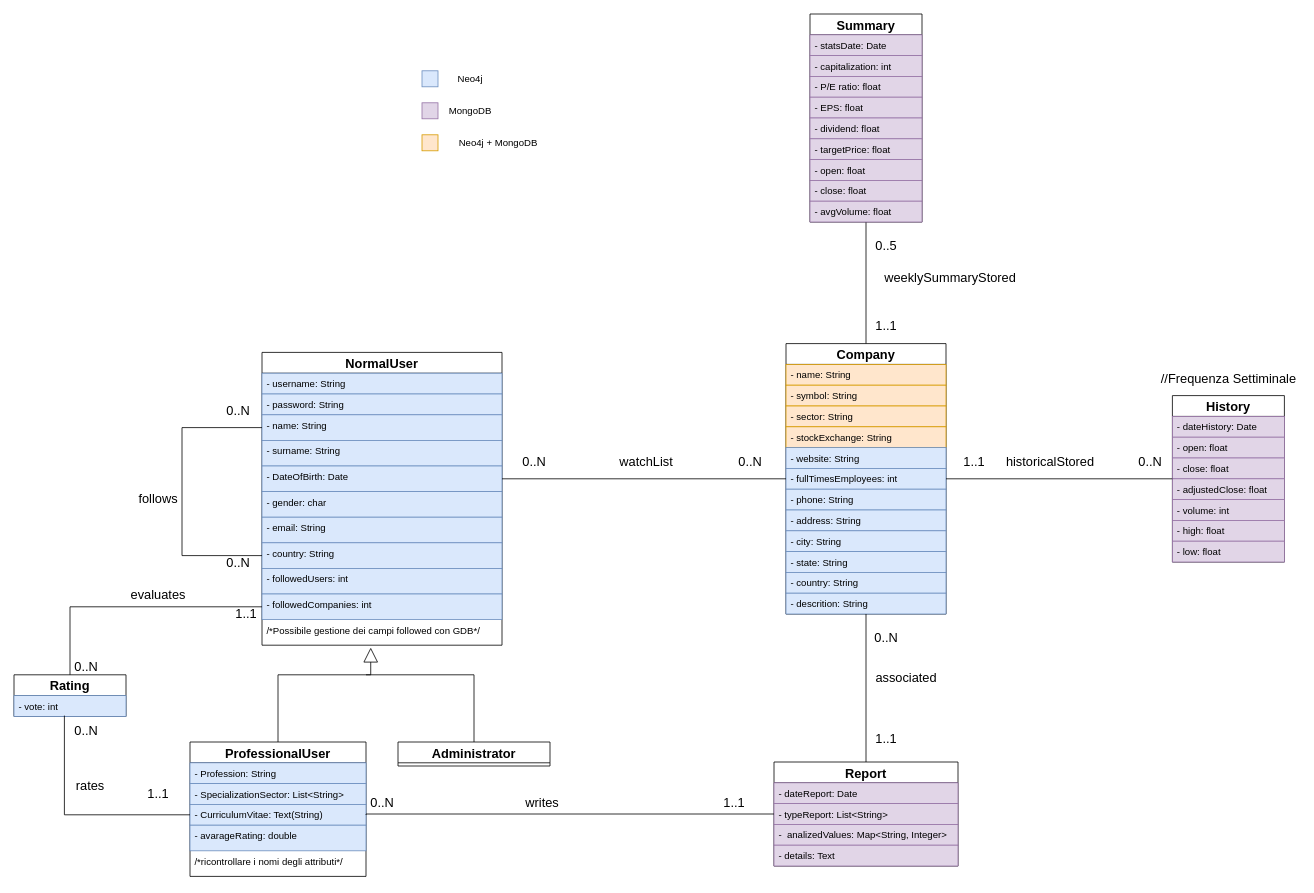
Above: page "Page-2" (2 of 2) of Diagrammi/ClassesDiagram.drawio in Matteo-Castrignano/CompaniesDiscoveryApplications (draw.io), before the change. Source tidied: cells renumbered, new cells numbered last; positions are measured from the earlier drawing's top-left corner, leaving out a move shared by most shapes. Both pictures are drawn from the tidied source at 80%, with x=0, y=0 at pixel (14, 14).
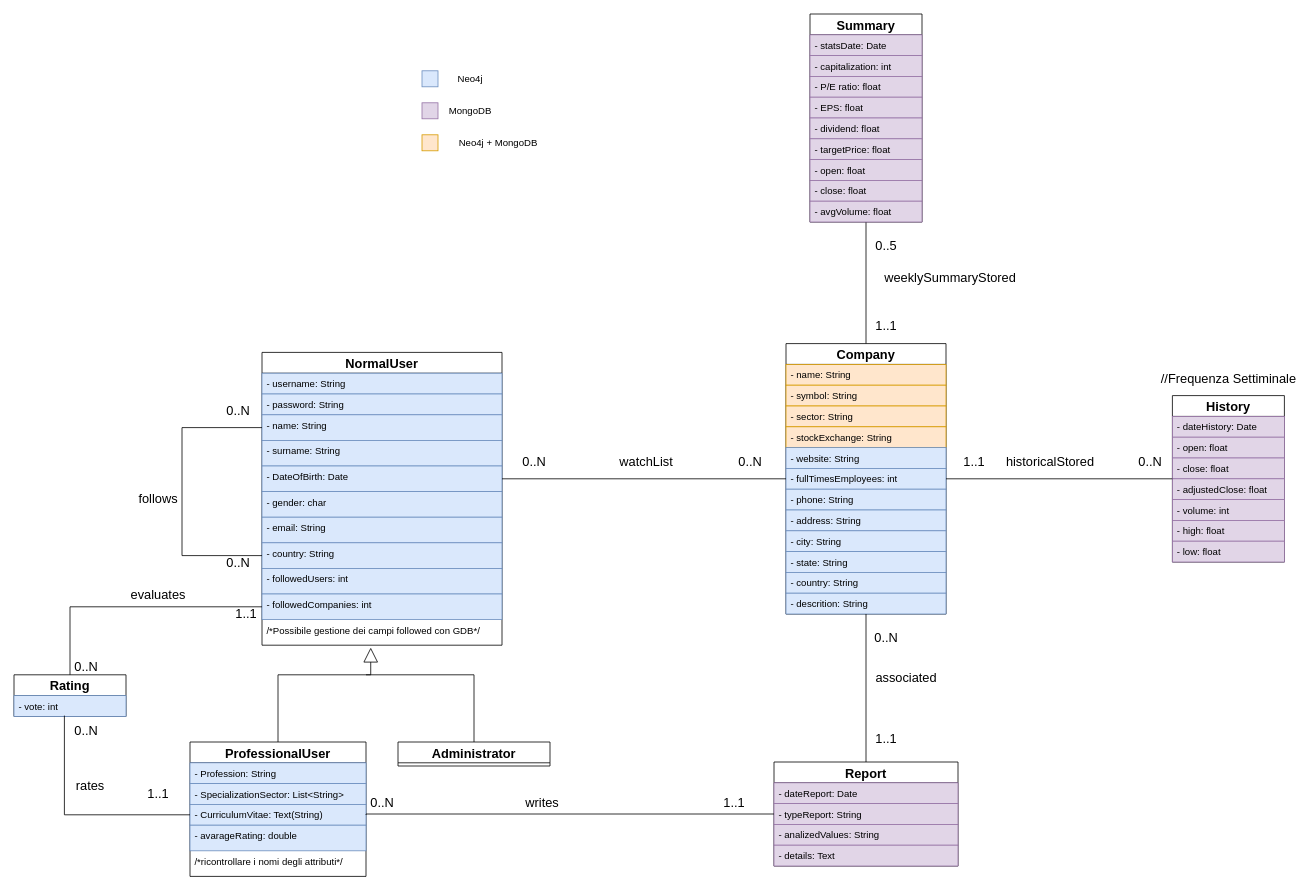
The same diagram, later.

The change refers to these unchanged cells:
```xml
<mxCell id="79" value="Report" style="swimlane;fontStyle=1;horizontal=1;startSize=26;fillColor=none;fontSize=16;" parent="1" vertex="1">
  <mxGeometry x="950" y="935" width="230" height="130" as="geometry" />
</mxCell>
```

Change to the diagram source:
```diff
@@
-    <mxCell id="81" value="- typeReport: List&lt;String&gt;" style="text;strokeColor=#9673a6;fillColor=#e1d5e7;align=left;verticalAlign=top;spacingLeft=4;spacingRight=4;overflow=hidden;points=[[0,0.5],[1,0.5]];portConstraint=eastwest;" parent="79" vertex="1">
+    <mxCell id="81" value="- typeReport: String" style="text;strokeColor=#9673a6;fillColor=#e1d5e7;align=left;verticalAlign=top;spacingLeft=4;spacingRight=4;overflow=hidden;points=[[0,0.5],[1,0.5]];portConstraint=eastwest;" parent="79" vertex="1">
       <mxGeometry y="52" width="230" height="26" as="geometry" />
     </mxCell>
-    <mxCell id="82" value="-  analizedValues: Map&lt;String, Integer&gt;" style="text;strokeColor=#9673a6;fillColor=#e1d5e7;align=left;verticalAlign=top;spacingLeft=4;spacingRight=4;overflow=hidden;" parent="79" vertex="1">
+    <mxCell id="82" value="- analizedValues: String" style="text;strokeColor=#9673a6;fillColor=#e1d5e7;align=left;verticalAlign=top;spacingLeft=4;spacingRight=4;overflow=hidden;" parent="79" vertex="1">
       <mxGeometry y="78" width="230" height="26" as="geometry" />
     </mxCell>
```
